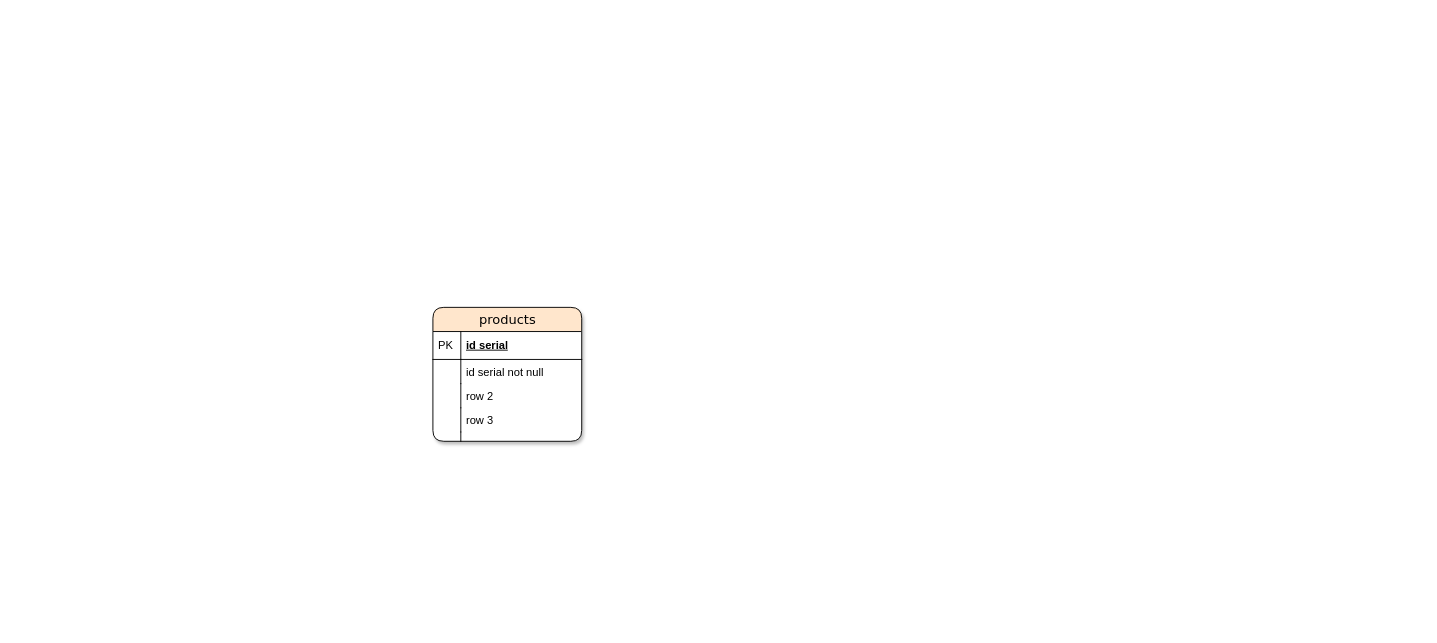
werreour/drawio-database keeps this draw.io diagram as Untitled Diagram.drawio. Above is the earlier version. Source tidied: cells renumbered, new cells numbered last; positions are measured from the earlier drawing's top-left corner, leaving out a move shared by most shapes. Both pictures are drawn from the tidied source at 93%, with x=0, y=0 at pixel (432, 307).
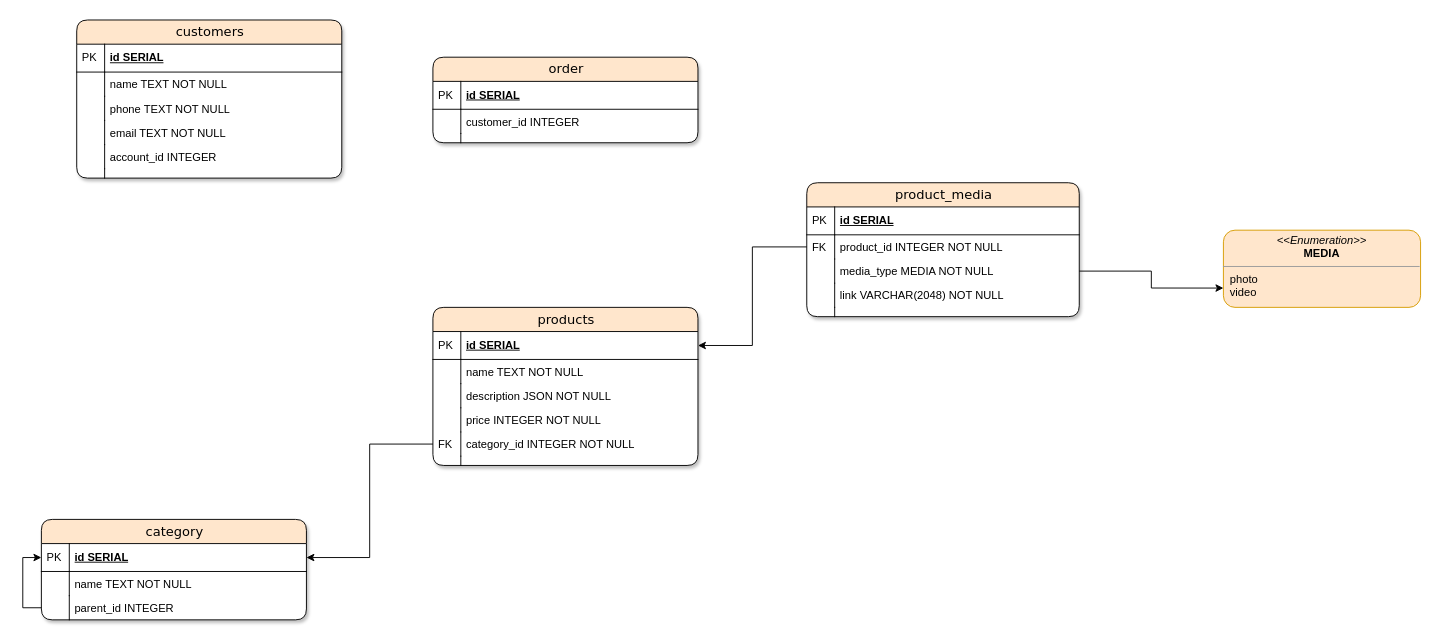
The same diagram, later.

What changed in the source:
```diff
@@
     <mxCell id="2" value="products" style="swimlane;html=1;fontStyle=0;horizontal=1;startSize=26;fillColor=#ffe6cc;swimlaneFillColor=#ffffff;align=center;shadow=1;comic=0;labelBackgroundColor=none;strokeWidth=1;fontFamily=Verdana;fontSize=14;strokeColor=default;rounded=1;sketch=0;glass=0;swimlaneLine=1;" parent="1" vertex="1">
-      <mxGeometry width="160" height="144" as="geometry" />
+      <mxGeometry width="285" height="170" as="geometry" />
     </mxCell>
-    <mxCell id="3" value="id serial" style="shape=partialRectangle;top=0;left=0;right=0;bottom=1;html=1;align=left;verticalAlign=middle;fillColor=none;spacingLeft=34;spacingRight=4;whiteSpace=wrap;overflow=hidden;points=[[0,0.5],[1,0.5]];portConstraint=eastwest;fontStyle=5;rounded=1;" parent="2" vertex="1">
-      <mxGeometry y="26" width="160" height="30" as="geometry" />
+    <mxCell id="3" value="id SERIAL" style="shape=partialRectangle;top=0;left=0;right=0;bottom=1;html=1;align=left;verticalAlign=middle;fillColor=none;spacingLeft=34;spacingRight=4;whiteSpace=wrap;overflow=hidden;points=[[0,0.5],[1,0.5]];portConstraint=eastwest;fontStyle=5;rounded=1;" parent="2" vertex="1">
+      <mxGeometry y="26" width="285" height="30" as="geometry" />
     </mxCell>
@@
-    <mxCell id="5" value="id serial not null" style="shape=partialRectangle;top=0;left=0;right=0;bottom=0;html=1;align=left;verticalAlign=top;fillColor=none;spacingLeft=34;spacingRight=4;whiteSpace=wrap;overflow=hidden;rounded=1;" parent="2" vertex="1">
-      <mxGeometry y="56" width="160" height="26" as="geometry" />
+    <mxCell id="5" value="name TEXT NOT NULL" style="shape=partialRectangle;top=0;left=0;right=0;bottom=0;html=1;align=left;verticalAlign=top;fillColor=none;spacingLeft=34;spacingRight=4;whiteSpace=wrap;overflow=hidden;rounded=1;" parent="2" vertex="1">
+      <mxGeometry y="56" width="285" height="26" as="geometry" />
     </mxCell>
@@
-    <mxCell id="7" value="row 2" style="shape=partialRectangle;top=0;left=0;right=0;bottom=0;html=1;align=left;verticalAlign=top;fillColor=none;spacingLeft=34;spacingRight=4;whiteSpace=wrap;overflow=hidden;rounded=1;" parent="2" vertex="1">
-      <mxGeometry y="82" width="160" height="26" as="geometry" />
+    <mxCell id="7" value="description JSON NOT NULL" style="shape=partialRectangle;top=0;left=0;right=0;bottom=0;html=1;align=left;verticalAlign=top;fillColor=none;spacingLeft=34;spacingRight=4;whiteSpace=wrap;overflow=hidden;rounded=1;" parent="2" vertex="1">
+      <mxGeometry y="82" width="285" height="26" as="geometry" />
     </mxCell>
@@
-    <mxCell id="9" value="row 3" style="shape=partialRectangle;top=0;left=0;right=0;bottom=0;html=1;align=left;verticalAlign=top;fillColor=none;spacingLeft=34;spacingRight=4;whiteSpace=wrap;overflow=hidden;rounded=1;" parent="2" vertex="1">
-      <mxGeometry y="108" width="160" height="26" as="geometry" />
+    <mxCell id="9" value="price INTEGER NOT NULL" style="shape=partialRectangle;top=0;left=0;right=0;bottom=0;html=1;align=left;verticalAlign=top;fillColor=none;spacingLeft=34;spacingRight=4;whiteSpace=wrap;overflow=hidden;rounded=1;" parent="2" vertex="1">
+      <mxGeometry y="108" width="285" height="26" as="geometry" />
     </mxCell>
@@
+    <mxCell id="13" value="category_id INTEGER NOT NULL" style="shape=partialRectangle;top=0;left=0;right=0;bottom=0;html=1;align=left;verticalAlign=top;fillColor=none;spacingLeft=34;spacingRight=4;whiteSpace=wrap;overflow=hidden;points=[[0,0.5],[1,0.5]];portConstraint=eastwest;rounded=1;" parent="2" vertex="1">
+      <mxGeometry y="134" width="285" height="26" as="geometry" />
+    </mxCell>
+    <mxCell id="14" value="FK" style="shape=partialRectangle;top=0;left=0;bottom=0;html=1;fillColor=none;align=left;verticalAlign=top;spacingLeft=4;spacingRight=4;whiteSpace=wrap;overflow=hidden;rounded=1;" parent="13" vertex="1">
+      <mxGeometry width="30" height="26" as="geometry" />
+    </mxCell>
     <mxCell id="11" style="shape=partialRectangle;top=0;left=0;right=0;bottom=0;html=1;align=left;verticalAlign=top;fillColor=none;spacingLeft=34;spacingRight=4;whiteSpace=wrap;overflow=hidden;rounded=1;" parent="2" vertex="1">
-      <mxGeometry y="134" width="160" height="10" as="geometry" />
+      <mxGeometry y="160" width="285" height="10" as="geometry" />
     </mxCell>
@@
+    <mxCell id="15" value="product_media" style="swimlane;html=1;fontStyle=0;horizontal=1;startSize=26;fillColor=#ffe6cc;swimlaneFillColor=#ffffff;align=center;shadow=1;comic=0;labelBackgroundColor=none;strokeWidth=1;fontFamily=Verdana;fontSize=14;strokeColor=default;rounded=1;sketch=0;glass=0;swimlaneLine=1;" parent="1" vertex="1">
+      <mxGeometry x="402" y="-134" width="293" height="144" as="geometry" />
+    </mxCell>
+    <mxCell id="16" value="id SERIAL" style="shape=partialRectangle;top=0;left=0;right=0;bottom=1;html=1;align=left;verticalAlign=middle;fillColor=none;spacingLeft=34;spacingRight=4;whiteSpace=wrap;overflow=hidden;fontStyle=5;rounded=1;" parent="15" vertex="1">
+      <mxGeometry y="26" width="293" height="30" as="geometry" />
+    </mxCell>
+    <mxCell id="17" value="PK" style="shape=partialRectangle;top=0;left=0;bottom=0;html=1;fillColor=none;align=left;verticalAlign=middle;spacingLeft=4;spacingRight=4;whiteSpace=wrap;overflow=hidden;rounded=1;" parent="16" vertex="1">
+      <mxGeometry width="30" height="30" as="geometry" />
+    </mxCell>
+    <mxCell id="18" value="product_id INTEGER NOT NULL" style="shape=partialRectangle;top=0;left=0;right=0;bottom=0;html=1;align=left;verticalAlign=top;fillColor=none;spacingLeft=34;spacingRight=4;whiteSpace=wrap;overflow=hidden;points=[[0,0.5],[1,0.5]];portConstraint=eastwest;rounded=1;" parent="15" vertex="1">
+      <mxGeometry y="56" width="293" height="26" as="geometry" />
+    </mxCell>
+    <mxCell id="19" value="FK" style="shape=partialRectangle;top=0;left=0;bottom=0;html=1;fillColor=none;align=left;verticalAlign=top;spacingLeft=4;spacingRight=4;whiteSpace=wrap;overflow=hidden;rounded=1;" parent="18" vertex="1">
+      <mxGeometry width="30" height="26" as="geometry" />
+    </mxCell>
+    <mxCell id="20" value="media_type MEDIA NOT NULL" style="shape=partialRectangle;top=0;left=0;right=0;bottom=0;html=1;align=left;verticalAlign=top;fillColor=none;spacingLeft=34;spacingRight=4;whiteSpace=wrap;overflow=hidden;points=[[0,0.5],[1,0.5]];portConstraint=eastwest;rounded=1;" parent="15" vertex="1">
+      <mxGeometry y="82" width="293" height="26" as="geometry" />
+    </mxCell>
+    <mxCell id="21" style="shape=partialRectangle;top=0;left=0;bottom=0;html=1;fillColor=none;align=left;verticalAlign=top;spacingLeft=4;spacingRight=4;whiteSpace=wrap;overflow=hidden;rounded=1;" parent="20" vertex="1">
+      <mxGeometry width="30" height="26" as="geometry" />
+    </mxCell>
+    <mxCell id="22" value="link VARCHAR(2048) NOT NULL" style="shape=partialRectangle;top=0;left=0;right=0;bottom=0;html=1;align=left;verticalAlign=top;fillColor=none;spacingLeft=34;spacingRight=4;whiteSpace=wrap;overflow=hidden;rounded=1;" parent="15" vertex="1">
+      <mxGeometry y="108" width="293" height="26" as="geometry" />
+    </mxCell>
+    <mxCell id="23" style="shape=partialRectangle;top=0;left=0;bottom=0;html=1;fillColor=none;align=left;verticalAlign=top;spacingLeft=4;spacingRight=4;whiteSpace=wrap;overflow=hidden;rounded=1;" parent="22" vertex="1">
+      <mxGeometry width="30" height="26" as="geometry" />
+    </mxCell>
+    <mxCell id="24" style="shape=partialRectangle;top=0;left=0;right=0;bottom=0;html=1;align=left;verticalAlign=top;fillColor=none;spacingLeft=34;spacingRight=4;whiteSpace=wrap;overflow=hidden;rounded=1;" parent="15" vertex="1">
+      <mxGeometry y="134" width="293" height="10" as="geometry" />
+    </mxCell>
+    <mxCell id="25" style="shape=partialRectangle;top=0;left=0;bottom=0;html=1;fillColor=none;align=left;verticalAlign=top;spacingLeft=4;spacingRight=4;whiteSpace=wrap;overflow=hidden;rounded=1;" parent="24" vertex="1">
+      <mxGeometry width="30" height="10" as="geometry" />
+    </mxCell>
+    <mxCell id="26" style="edgeStyle=orthogonalEdgeStyle;rounded=0;jettySize=auto;html=1;entryX=1;entryY=0.5;entryDx=0;entryDy=0;" parent="1" edge="1" source="18" target="3">
+      <mxGeometry relative="1" as="geometry" />
+    </mxCell>
+    <mxCell id="27" value="&lt;p style=&quot;margin: 0px ; margin-top: 4px ; text-align: center&quot;&gt;&lt;i&gt;&amp;lt;&amp;lt;Enumeration&amp;gt;&amp;gt;&lt;/i&gt;&lt;br&gt;&lt;b&gt;MEDIA&lt;/b&gt;&lt;/p&gt;&lt;hr size=&quot;1&quot;&gt;&lt;p style=&quot;margin: 0px ; margin-left: 4px&quot;&gt;&lt;span style=&quot;white-space: pre&quot;&gt; &lt;/span&gt;photo&lt;br&gt;&lt;span style=&quot;white-space: pre&quot;&gt; &lt;/span&gt;video&lt;/p&gt;" style="verticalAlign=top;align=left;overflow=fill;fontSize=12;fontFamily=Helvetica;html=1;sketch=0;rounded=1;fillColor=#ffe6cc;strokeColor=#d79b00;" parent="1" vertex="1">
+      <mxGeometry x="850" y="-83" width="212" height="83" as="geometry" />
+    </mxCell>
+    <mxCell id="28" style="edgeStyle=orthogonalEdgeStyle;rounded=0;jettySize=auto;html=1;entryX=0;entryY=0.75;entryDx=0;entryDy=0;" parent="1" edge="1" source="20" target="27">
+      <mxGeometry relative="1" as="geometry" />
+    </mxCell>
+    <mxCell id="29" value="customers" style="swimlane;html=1;fontStyle=0;horizontal=1;startSize=26;fillColor=#ffe6cc;swimlaneFillColor=#ffffff;align=center;shadow=1;comic=0;labelBackgroundColor=none;strokeWidth=1;fontFamily=Verdana;fontSize=14;strokeColor=default;rounded=1;sketch=0;glass=0;swimlaneLine=1;" parent="1" vertex="1">
+      <mxGeometry x="-383" y="-309" width="285" height="170" as="geometry" />
+    </mxCell>
+    <mxCell id="30" value="id SERIAL" style="shape=partialRectangle;top=0;left=0;right=0;bottom=1;html=1;align=left;verticalAlign=middle;fillColor=none;spacingLeft=34;spacingRight=4;whiteSpace=wrap;overflow=hidden;fontStyle=5;rounded=1;" parent="29" vertex="1">
+      <mxGeometry y="26" width="285" height="30" as="geometry" />
+    </mxCell>
+    <mxCell id="31" value="PK" style="shape=partialRectangle;top=0;left=0;bottom=0;html=1;fillColor=none;align=left;verticalAlign=middle;spacingLeft=4;spacingRight=4;whiteSpace=wrap;overflow=hidden;rounded=1;" parent="30" vertex="1">
+      <mxGeometry width="30" height="30" as="geometry" />
+    </mxCell>
+    <mxCell id="32" value="name TEXT NOT NULL" style="shape=partialRectangle;top=0;left=0;right=0;bottom=0;html=1;align=left;verticalAlign=top;fillColor=none;spacingLeft=34;spacingRight=4;whiteSpace=wrap;overflow=hidden;rounded=1;" parent="29" vertex="1">
+      <mxGeometry y="56" width="285" height="26" as="geometry" />
+    </mxCell>
+    <mxCell id="33" style="shape=partialRectangle;top=0;left=0;bottom=0;html=1;fillColor=none;align=left;verticalAlign=top;spacingLeft=4;spacingRight=4;whiteSpace=wrap;overflow=hidden;rounded=1;" parent="32" vertex="1">
+      <mxGeometry width="30" height="26" as="geometry" />
+    </mxCell>
+    <mxCell id="34" value="phone TEXT NOT NULL" style="shape=partialRectangle;top=0;left=0;right=0;bottom=0;html=1;align=left;verticalAlign=top;fillColor=none;spacingLeft=34;spacingRight=4;whiteSpace=wrap;overflow=hidden;rounded=1;" parent="29" vertex="1">
+      <mxGeometry y="82" width="285" height="26" as="geometry" />
+    </mxCell>
+    <mxCell id="35" style="shape=partialRectangle;top=0;left=0;bottom=0;html=1;fillColor=none;align=left;verticalAlign=top;spacingLeft=4;spacingRight=4;whiteSpace=wrap;overflow=hidden;rounded=1;" parent="34" vertex="1">
+      <mxGeometry width="30" height="26" as="geometry" />
+    </mxCell>
+    <mxCell id="36" value="email TEXT NOT NULL" style="shape=partialRectangle;top=0;left=0;right=0;bottom=0;html=1;align=left;verticalAlign=top;fillColor=none;spacingLeft=34;spacingRight=4;whiteSpace=wrap;overflow=hidden;rounded=1;" parent="29" vertex="1">
+      <mxGeometry y="108" width="285" height="26" as="geometry" />
+    </mxCell>
+    <mxCell id="37" style="shape=partialRectangle;top=0;left=0;bottom=0;html=1;fillColor=none;align=left;verticalAlign=top;spacingLeft=4;spacingRight=4;whiteSpace=wrap;overflow=hidden;rounded=1;" parent="36" vertex="1">
+      <mxGeometry width="30" height="26" as="geometry" />
+    </mxCell>
+    <mxCell id="38" value="account_id INTEGER" style="shape=partialRectangle;top=0;left=0;right=0;bottom=0;html=1;align=left;verticalAlign=top;fillColor=none;spacingLeft=34;spacingRight=4;whiteSpace=wrap;overflow=hidden;rounded=1;" parent="29" vertex="1">
+      <mxGeometry y="134" width="285" height="26" as="geometry" />
+    </mxCell>
+    <mxCell id="39" style="shape=partialRectangle;top=0;left=0;bottom=0;html=1;fillColor=none;align=left;verticalAlign=top;spacingLeft=4;spacingRight=4;whiteSpace=wrap;overflow=hidden;rounded=1;" parent="38" vertex="1">
+      <mxGeometry width="30" height="26" as="geometry" />
+    </mxCell>
+    <mxCell id="40" style="shape=partialRectangle;top=0;left=0;right=0;bottom=0;html=1;align=left;verticalAlign=top;fillColor=none;spacingLeft=34;spacingRight=4;whiteSpace=wrap;overflow=hidden;rounded=1;" parent="29" vertex="1">
+      <mxGeometry y="160" width="285" height="10" as="geometry" />
+    </mxCell>
+    <mxCell id="41" style="shape=partialRectangle;top=0;left=0;bottom=0;html=1;fillColor=none;align=left;verticalAlign=top;spacingLeft=4;spacingRight=4;whiteSpace=wrap;overflow=hidden;rounded=1;" parent="40" vertex="1">
+      <mxGeometry width="30" height="10" as="geometry" />
+    </mxCell>
+    <mxCell id="42" value="category" style="swimlane;html=1;fontStyle=0;horizontal=1;startSize=26;fillColor=#ffe6cc;swimlaneFillColor=#ffffff;align=center;shadow=1;comic=0;labelBackgroundColor=none;strokeWidth=1;fontFamily=Verdana;fontSize=14;strokeColor=default;rounded=1;sketch=0;glass=0;swimlaneLine=1;" parent="1" vertex="1">
+      <mxGeometry x="-421" y="228" width="285" height="108" as="geometry" />
+    </mxCell>
+    <mxCell id="43" value="id SERIAL" style="shape=partialRectangle;top=0;left=0;right=0;bottom=1;html=1;align=left;verticalAlign=middle;fillColor=none;spacingLeft=34;spacingRight=4;whiteSpace=wrap;overflow=hidden;points=[[0,0.5],[1,0.5]];portConstraint=eastwest;fontStyle=5;rounded=1;" parent="42" vertex="1">
+      <mxGeometry y="26" width="285" height="30" as="geometry" />
+    </mxCell>
+    <mxCell id="44" value="PK" style="shape=partialRectangle;top=0;left=0;bottom=0;html=1;fillColor=none;align=left;verticalAlign=middle;spacingLeft=4;spacingRight=4;whiteSpace=wrap;overflow=hidden;rounded=1;" parent="43" vertex="1">
+      <mxGeometry width="30" height="30" as="geometry" />
+    </mxCell>
+    <mxCell id="45" value="name TEXT NOT NULL" style="shape=partialRectangle;top=0;left=0;right=0;bottom=0;html=1;align=left;verticalAlign=top;fillColor=none;spacingLeft=34;spacingRight=4;whiteSpace=wrap;overflow=hidden;rounded=1;" parent="42" vertex="1">
+      <mxGeometry y="56" width="285" height="26" as="geometry" />
+    </mxCell>
+    <mxCell id="46" style="shape=partialRectangle;top=0;left=0;bottom=0;html=1;fillColor=none;align=left;verticalAlign=top;spacingLeft=4;spacingRight=4;whiteSpace=wrap;overflow=hidden;rounded=1;" parent="45" vertex="1">
+      <mxGeometry width="30" height="26" as="geometry" />
+    </mxCell>
+    <mxCell id="47" style="edgeStyle=orthogonalEdgeStyle;rounded=0;jettySize=auto;html=1;entryX=0;entryY=0.5;entryDx=0;entryDy=0;" parent="42" edge="1" source="48" target="43">
+      <mxGeometry relative="1" as="geometry" />
+    </mxCell>
+    <mxCell id="48" value="parent_id INTEGER" style="shape=partialRectangle;top=0;left=0;right=0;bottom=0;html=1;align=left;verticalAlign=top;fillColor=none;spacingLeft=34;spacingRight=4;whiteSpace=wrap;overflow=hidden;points=[[0,0.5],[1,0.5]];portConstraint=eastwest;rounded=1;" parent="42" vertex="1">
+      <mxGeometry y="82" width="285" height="26" as="geometry" />
+    </mxCell>
+    <mxCell id="49" style="shape=partialRectangle;top=0;left=0;bottom=0;html=1;fillColor=none;align=left;verticalAlign=top;spacingLeft=4;spacingRight=4;whiteSpace=wrap;overflow=hidden;rounded=1;" parent="48" vertex="1">
+      <mxGeometry width="30" height="26" as="geometry" />
+    </mxCell>
+    <mxCell id="50" style="edgeStyle=orthogonalEdgeStyle;rounded=0;jettySize=auto;html=1;entryX=1;entryY=0.5;entryDx=0;entryDy=0;" parent="1" edge="1" source="13" target="43">
+      <mxGeometry relative="1" as="geometry" />
+    </mxCell>
+    <mxCell id="51" value="order" style="swimlane;html=1;fontStyle=0;horizontal=1;startSize=26;fillColor=#ffe6cc;swimlaneFillColor=#ffffff;align=center;shadow=1;comic=0;labelBackgroundColor=none;strokeWidth=1;fontFamily=Verdana;fontSize=14;strokeColor=default;rounded=1;sketch=0;glass=0;swimlaneLine=1;" parent="1" vertex="1">
+      <mxGeometry y="-269" width="285" height="92" as="geometry" />
+    </mxCell>
+    <mxCell id="52" value="id SERIAL" style="shape=partialRectangle;top=0;left=0;right=0;bottom=1;html=1;align=left;verticalAlign=middle;fillColor=none;spacingLeft=34;spacingRight=4;whiteSpace=wrap;overflow=hidden;fontStyle=5;rounded=1;" parent="51" vertex="1">
+      <mxGeometry y="26" width="285" height="30" as="geometry" />
+    </mxCell>
+    <mxCell id="53" value="PK" style="shape=partialRectangle;top=0;left=0;bottom=0;html=1;fillColor=none;align=left;verticalAlign=middle;spacingLeft=4;spacingRight=4;whiteSpace=wrap;overflow=hidden;rounded=1;" parent="52" vertex="1">
+      <mxGeometry width="30" height="30" as="geometry" />
+    </mxCell>
+    <mxCell id="54" value="customer_id INTEGER" style="shape=partialRectangle;top=0;left=0;right=0;bottom=0;html=1;align=left;verticalAlign=top;fillColor=none;spacingLeft=34;spacingRight=4;whiteSpace=wrap;overflow=hidden;rounded=1;" parent="51" vertex="1">
+      <mxGeometry y="56" width="285" height="26" as="geometry" />
+    </mxCell>
+    <mxCell id="55" style="shape=partialRectangle;top=0;left=0;bottom=0;html=1;fillColor=none;align=left;verticalAlign=top;spacingLeft=4;spacingRight=4;whiteSpace=wrap;overflow=hidden;rounded=1;" parent="54" vertex="1">
+      <mxGeometry width="30" height="26" as="geometry" />
+    </mxCell>
+    <mxCell id="56" style="shape=partialRectangle;top=0;left=0;right=0;bottom=0;html=1;align=left;verticalAlign=top;fillColor=none;spacingLeft=34;spacingRight=4;whiteSpace=wrap;overflow=hidden;rounded=1;" parent="51" vertex="1">
+      <mxGeometry y="82" width="285" height="10" as="geometry" />
+    </mxCell>
+    <mxCell id="57" style="shape=partialRectangle;top=0;left=0;bottom=0;html=1;fillColor=none;align=left;verticalAlign=top;spacingLeft=4;spacingRight=4;whiteSpace=wrap;overflow=hidden;rounded=1;" parent="56" vertex="1">
+      <mxGeometry width="30" height="10" as="geometry" />
+    </mxCell>
```
